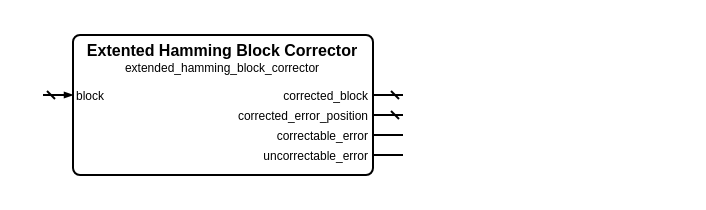
The draw.io diagram sources/error_control/extended_hamming/extended_hamming_block_corrector.symbol.drawio in Louis-DR/OmniCores-BuildingBlocks, before the edit. Source tidied: cells renumbered, new cells numbered last; positions are measured from the earlier drawing's top-left corner, leaving out a move shared by most shapes. Both pictures are drawn from the tidied source at 200%, with x=0, y=0 at pixel (42, 34).
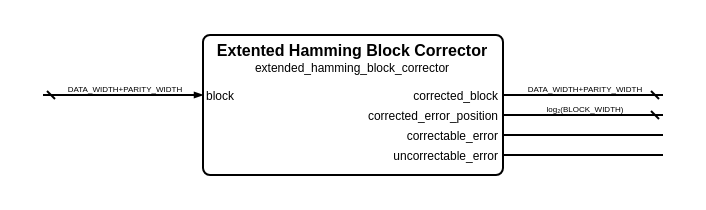
After the change.

Diff of the diagram source:
```diff
@@
     <mxCell id="2" style="group;" parent="1" vertex="1">
-      <mxGeometry width="180" height="70" as="geometry" />
+      <mxGeometry width="310" height="70" as="geometry" />
     </mxCell>
     <mxCell id="3" style="rounded=1;arcSize=5;fillColor=none;strokeWidth=1;strokeColor=black;whiteSpace=wrap;html=1;" parent="2" vertex="1">
-      <mxGeometry x="15" width="150" height="70" as="geometry" />
+      <mxGeometry x="80" width="150" height="70" as="geometry" />
     </mxCell>
     <mxCell id="4" value="Extented Hamming Block Corrector" style="text;html=1;align=center;verticalAlign=middle;whiteSpace=wrap;rounded=0;fontSize=8;fontStyle=1;fontColor=black;" parent="2" vertex="1">
-      <mxGeometry x="15" y="7" width="150" as="geometry" />
+      <mxGeometry x="80" y="7" width="150" as="geometry" />
     </mxCell>
     <mxCell id="5" value="extended_hamming_block_corrector" style="text;html=1;align=center;verticalAlign=middle;whiteSpace=wrap;rounded=0;fontSize=6;fontStyle=0;fontColor=black;" parent="2" vertex="1">
-      <mxGeometry x="15" y="16" width="150" as="geometry" />
+      <mxGeometry x="80" y="16" width="150" as="geometry" />
     </mxCell>
     <mxCell id="6" value="block" style="text;html=1;align=left;verticalAlign=middle;whiteSpace=wrap;rounded=0;fontSize=6;fontStyle=0;fontColor=black;" parent="2" vertex="1">
-      <mxGeometry x="15" y="30" width="150" as="geometry" />
+      <mxGeometry x="80" y="30" width="150" as="geometry" />
     </mxCell>
     <mxCell id="7" style="html=1;rounded=1;strokeWidth=1;strokeColor=black;startFill=0;startSize=2;startArrow=dash;endFill=1;endSize=2;endArrow=blockThin;sourcePerimeterSpacing=0;" parent="2" edge="1">
       <mxGeometry relative="1" as="geometry">
         <mxPoint y="30" as="sourcePoint" />
-        <mxPoint x="15" y="30" as="targetPoint" />
+        <mxPoint x="80" y="30" as="targetPoint" />
       </mxGeometry>
     </mxCell>
+    <mxCell id="16" value="DATA_WIDTH+PARITY_WIDTH" style="text;html=1;align=center;verticalAlign=middle;whiteSpace=nowrap;rounded=0;fontSize=4;fontStyle=0;fontColor=black;" parent="2" vertex="1">
+      <mxGeometry x="40" y="27" as="geometry" />
+    </mxCell>
     <mxCell id="8" value="corrected_block" style="text;html=1;align=right;verticalAlign=middle;whiteSpace=wrap;rounded=0;fontSize=6;fontStyle=0;fontColor=black;" parent="2" vertex="1">
-      <mxGeometry x="15" y="30" width="150" as="geometry" />
+      <mxGeometry x="80" y="30" width="150" as="geometry" />
     </mxCell>
     <mxCell id="9" style="html=1;rounded=1;strokeWidth=1;strokeColor=black;startFill=0;startSize=2;startArrow=dash;endFill=1;endSize=2;endArrow=none;sourcePerimeterSpacing=0;" parent="2" edge="1">
       <mxGeometry relative="1" as="geometry">
-        <mxPoint x="180" y="30" as="sourcePoint" />
-        <mxPoint x="165" y="30" as="targetPoint" />
+        <mxPoint x="310" y="30" as="sourcePoint" />
+        <mxPoint x="230" y="30" as="targetPoint" />
       </mxGeometry>
     </mxCell>
+    <mxCell id="17" value="DATA_WIDTH+PARITY_WIDTH" style="text;html=1;align=center;verticalAlign=middle;whiteSpace=nowrap;rounded=0;fontSize=4;fontStyle=0;fontColor=black;" parent="2" vertex="1">
+      <mxGeometry x="270" y="27" as="geometry" />
+    </mxCell>
     <mxCell id="10" value="corrected_error_position" style="text;html=1;align=right;verticalAlign=middle;whiteSpace=wrap;rounded=0;fontSize=6;fontStyle=0;fontColor=black;" parent="2" vertex="1">
-      <mxGeometry x="15" y="40" width="150" as="geometry" />
+      <mxGeometry x="80" y="40" width="150" as="geometry" />
     </mxCell>
     <mxCell id="11" style="html=1;rounded=1;strokeWidth=1;strokeColor=black;startFill=0;startSize=2;startArrow=dash;endFill=1;endSize=2;endArrow=none;sourcePerimeterSpacing=0;" parent="2" edge="1">
       <mxGeometry relative="1" as="geometry">
-        <mxPoint x="180" y="40" as="sourcePoint" />
-        <mxPoint x="165" y="40" as="targetPoint" />
+        <mxPoint x="310" y="40" as="sourcePoint" />
+        <mxPoint x="230" y="40" as="targetPoint" />
       </mxGeometry>
     </mxCell>
+    <mxCell id="18" value="log₂(BLOCK_WIDTH)" style="text;html=1;align=center;verticalAlign=middle;whiteSpace=nowrap;rounded=0;fontSize=4;fontStyle=0;fontColor=black;" parent="2" vertex="1">
+      <mxGeometry x="270" y="37" as="geometry" />
+    </mxCell>
     <mxCell id="12" value="correctable_error" style="text;html=1;align=right;verticalAlign=middle;whiteSpace=wrap;rounded=0;fontSize=6;fontStyle=0;fontColor=black;" parent="2" vertex="1">
-      <mxGeometry x="15" y="50" width="150" as="geometry" />
+      <mxGeometry x="80" y="50" width="150" as="geometry" />
     </mxCell>
     <mxCell id="13" style="html=1;rounded=1;strokeWidth=1;strokeColor=black;startFill=0;startSize=2;startArrow=none;endFill=1;endSize=2;endArrow=none;sourcePerimeterSpacing=0;" parent="2" edge="1">
       <mxGeometry relative="1" as="geometry">
-        <mxPoint x="180" y="50" as="sourcePoint" />
-        <mxPoint x="165" y="50" as="targetPoint" />
+        <mxPoint x="310" y="50" as="sourcePoint" />
+        <mxPoint x="230" y="50" as="targetPoint" />
       </mxGeometry>
     </mxCell>
     <mxCell id="14" value="uncorrectable_error" style="text;html=1;align=right;verticalAlign=middle;whiteSpace=wrap;rounded=0;fontSize=6;fontStyle=0;fontColor=black;" parent="2" vertex="1">
-      <mxGeometry x="15" y="60" width="150" as="geometry" />
+      <mxGeometry x="80" y="60" width="150" as="geometry" />
     </mxCell>
     <mxCell id="15" style="html=1;rounded=1;strokeWidth=1;strokeColor=black;startFill=0;startSize=2;startArrow=none;endFill=1;endSize=2;endArrow=none;sourcePerimeterSpacing=0;" parent="2" edge="1">
       <mxGeometry relative="1" as="geometry">
-        <mxPoint x="180" y="60" as="sourcePoint" />
-        <mxPoint x="165" y="60" as="targetPoint" />
+        <mxPoint x="310" y="60" as="sourcePoint" />
+        <mxPoint x="230" y="60" as="targetPoint" />
       </mxGeometry>
     </mxCell>
```
